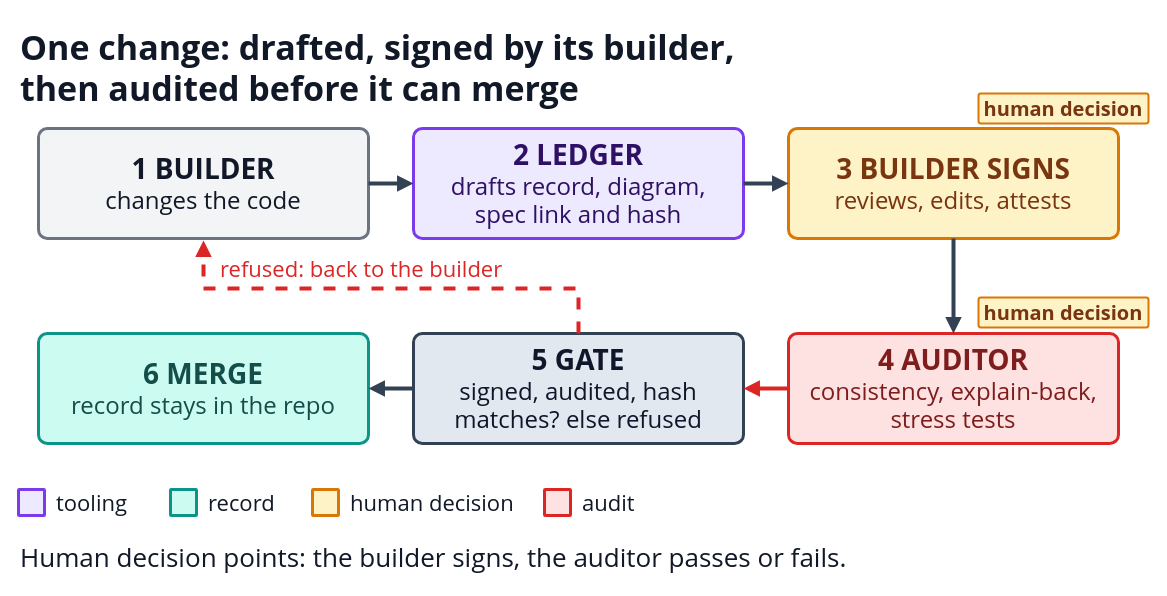
Before: diagrams/02-change-lifecycle.drawio in i-asimkhan/ledger-layer-pattern, a draw.io diagram. Source tidied: cells renumbered, new cells numbered last; positions are measured from the earlier drawing's top-left corner, leaving out a move shared by most shapes. Both pictures are drawn from the tidied source at 100%, with x=0, y=0 at pixel (18, 17).
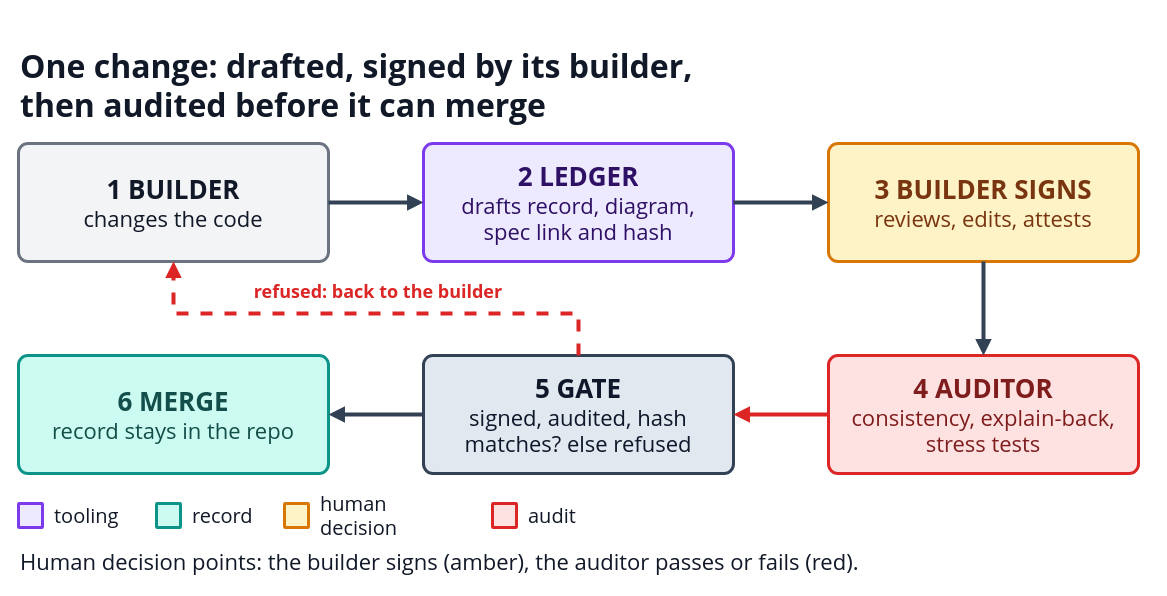
After the change.

What changed in the source:
```diff
@@
-    <mxCell id="2" value="One change: drafted, signed by its builder,&lt;br&gt;then audited before it can merge" style="text;html=1;strokeColor=none;fillColor=none;whiteSpace=wrap;verticalAlign=middle;align=left;fontSize=34;fontColor=#111827;fontFamily=Segoe UI;fontStyle=1;" parent="1" vertex="1">
-      <mxGeometry width="1120" height="100" as="geometry" />
+    <mxCell id="2" value="One change: drafted, signed by its builder,&lt;br&gt;then audited before it can merge" style="text;html=1;strokeColor=none;fillColor=none;whiteSpace=wrap;verticalAlign=middle;align=left;fontSize=32;fontColor=#111827;fontFamily=Segoe UI;fontStyle=1;" parent="1" vertex="1">
+      <mxGeometry y="26" width="1120" height="83" as="geometry" />
     </mxCell>
-    <mxCell id="3" value="&lt;span style=&quot;font-size:28px&quot;&gt;&lt;b&gt;1  BUILDER&lt;/b&gt;&lt;/span&gt;&lt;br&gt;&lt;span style=&quot;font-size:24px&quot;&gt;changes the code&lt;/span&gt;" style="rounded=1;arcSize=8;whiteSpace=wrap;html=1;fillColor=#F3F4F6;strokeColor=#6B7280;fontColor=#111827;strokeWidth=3;align=center;verticalAlign=middle;fontSize=24;fontFamily=Segoe UI;" parent="1" vertex="1">
-      <mxGeometry x="20" y="111" width="330" height="110" as="geometry" />
+    <mxCell id="3" value="&lt;span style=&quot;font-size:26px&quot;&gt;&lt;b&gt;1  BUILDER&lt;/b&gt;&lt;/span&gt;&lt;br&gt;&lt;span style=&quot;font-size:22px&quot;&gt;changes the code&lt;/span&gt;" style="rounded=1;arcSize=8;whiteSpace=wrap;html=1;fillColor=#F3F4F6;strokeColor=#6B7280;fontColor=#111827;strokeWidth=3;align=center;verticalAlign=middle;fontSize=22;fontFamily=Segoe UI;spacing=14;" parent="1" vertex="1">
+      <mxGeometry y="126" width="310" height="118" as="geometry" />
     </mxCell>
-    <mxCell id="4" value="&lt;span style=&quot;font-size:28px&quot;&gt;&lt;b&gt;2  LEDGER&lt;/b&gt;&lt;/span&gt;&lt;br&gt;&lt;span style=&quot;font-size:24px&quot;&gt;drafts record, diagram,&lt;/span&gt;&lt;br&gt;&lt;span style=&quot;font-size:24px&quot;&gt;spec link and hash&lt;/span&gt;" style="rounded=1;arcSize=8;whiteSpace=wrap;html=1;fillColor=#EDE9FE;strokeColor=#7C3AED;fontColor=#2E1065;strokeWidth=3;align=center;verticalAlign=middle;fontSize=24;fontFamily=Segoe UI;" parent="1" vertex="1">
-      <mxGeometry x="395" y="111" width="330" height="110" as="geometry" />
+    <mxCell id="4" value="&lt;span style=&quot;font-size:26px&quot;&gt;&lt;b&gt;2  LEDGER&lt;/b&gt;&lt;/span&gt;&lt;br&gt;&lt;span style=&quot;font-size:22px&quot;&gt;drafts record, diagram,&lt;/span&gt;&lt;br&gt;&lt;span style=&quot;font-size:22px&quot;&gt;spec link and hash&lt;/span&gt;" style="rounded=1;arcSize=8;whiteSpace=wrap;html=1;fillColor=#EDE9FE;strokeColor=#7C3AED;fontColor=#2E1065;strokeWidth=3;align=center;verticalAlign=middle;fontSize=22;fontFamily=Segoe UI;spacing=14;" parent="1" vertex="1">
+      <mxGeometry x="405" y="126" width="310" height="118" as="geometry" />
     </mxCell>
-    <mxCell id="5" value="&lt;span style=&quot;font-size:28px&quot;&gt;&lt;b&gt;3  BUILDER SIGNS&lt;/b&gt;&lt;/span&gt;&lt;br&gt;&lt;span style=&quot;font-size:24px&quot;&gt;reviews, edits, attests&lt;/span&gt;" style="rounded=1;arcSize=8;whiteSpace=wrap;html=1;fillColor=#FEF3C7;strokeColor=#D97706;fontColor=#78350F;strokeWidth=3;align=center;verticalAlign=middle;fontSize=24;fontFamily=Segoe UI;" parent="1" vertex="1">
-      <mxGeometry x="770" y="111" width="330" height="110" as="geometry" />
+    <mxCell id="5" value="&lt;span style=&quot;font-size:26px&quot;&gt;&lt;b&gt;3  BUILDER SIGNS&lt;/b&gt;&lt;/span&gt;&lt;br&gt;&lt;span style=&quot;font-size:22px&quot;&gt;reviews, edits, attests&lt;/span&gt;" style="rounded=1;arcSize=8;whiteSpace=wrap;html=1;fillColor=#FEF3C7;strokeColor=#D97706;fontColor=#78350F;strokeWidth=3;align=center;verticalAlign=middle;fontSize=22;fontFamily=Segoe UI;spacing=14;" parent="1" vertex="1">
+      <mxGeometry x="810" y="126" width="310" height="118" as="geometry" />
     </mxCell>
-    <mxCell id="6" value="&lt;span style=&quot;font-size:28px&quot;&gt;&lt;b&gt;4  AUDITOR&lt;/b&gt;&lt;/span&gt;&lt;br&gt;&lt;span style=&quot;font-size:24px&quot;&gt;consistency, explain-back,&lt;/span&gt;&lt;br&gt;&lt;span style=&quot;font-size:24px&quot;&gt;stress tests&lt;/span&gt;" style="rounded=1;arcSize=8;whiteSpace=wrap;html=1;fillColor=#FEE2E2;strokeColor=#DC2626;fontColor=#7F1D1D;strokeWidth=3;align=center;verticalAlign=middle;fontSize=24;fontFamily=Segoe UI;" parent="1" vertex="1">
-      <mxGeometry x="770" y="316" width="330" height="110" as="geometry" />
+    <mxCell id="6" value="&lt;span style=&quot;font-size:26px&quot;&gt;&lt;b&gt;4  AUDITOR&lt;/b&gt;&lt;/span&gt;&lt;br&gt;&lt;span style=&quot;font-size:22px&quot;&gt;consistency, explain-back,&lt;/span&gt;&lt;br&gt;&lt;span style=&quot;font-size:22px&quot;&gt;stress tests&lt;/span&gt;" style="rounded=1;arcSize=8;whiteSpace=wrap;html=1;fillColor=#FEE2E2;strokeColor=#DC2626;fontColor=#7F1D1D;strokeWidth=3;align=center;verticalAlign=middle;fontSize=22;fontFamily=Segoe UI;spacing=14;" parent="1" vertex="1">
+      <mxGeometry x="810" y="338" width="310" height="118" as="geometry" />
     </mxCell>
-    <mxCell id="7" value="&lt;span style=&quot;font-size:28px&quot;&gt;&lt;b&gt;5  GATE&lt;/b&gt;&lt;/span&gt;&lt;br&gt;&lt;span style=&quot;font-size:24px&quot;&gt;signed, audited, hash&lt;/span&gt;&lt;br&gt;&lt;span style=&quot;font-size:24px&quot;&gt;matches? else refused&lt;/span&gt;" style="rounded=1;arcSize=8;whiteSpace=wrap;html=1;fillColor=#E2E8F0;strokeColor=#334155;fontColor=#0F172A;strokeWidth=3;align=center;verticalAlign=middle;fontSize=24;fontFamily=Segoe UI;" parent="1" vertex="1">
-      <mxGeometry x="395" y="316" width="330" height="110" as="geometry" />
+    <mxCell id="7" value="&lt;span style=&quot;font-size:26px&quot;&gt;&lt;b&gt;5  GATE&lt;/b&gt;&lt;/span&gt;&lt;br&gt;&lt;span style=&quot;font-size:22px&quot;&gt;signed, audited, hash&lt;/span&gt;&lt;br&gt;&lt;span style=&quot;font-size:22px&quot;&gt;matches? else refused&lt;/span&gt;" style="rounded=1;arcSize=8;whiteSpace=wrap;html=1;fillColor=#E2E8F0;strokeColor=#334155;fontColor=#0F172A;strokeWidth=3;align=center;verticalAlign=middle;fontSize=22;fontFamily=Segoe UI;spacing=14;" parent="1" vertex="1">
+      <mxGeometry x="405" y="338" width="310" height="118" as="geometry" />
     </mxCell>
-    <mxCell id="8" value="&lt;span style=&quot;font-size:28px&quot;&gt;&lt;b&gt;6  MERGE&lt;/b&gt;&lt;/span&gt;&lt;br&gt;&lt;span style=&quot;font-size:24px&quot;&gt;record stays in the repo&lt;/span&gt;" style="rounded=1;arcSize=8;whiteSpace=wrap;html=1;fillColor=#CCFBF1;strokeColor=#0D9488;fontColor=#134E4A;strokeWidth=3;align=center;verticalAlign=middle;fontSize=24;fontFamily=Segoe UI;" parent="1" vertex="1">
-      <mxGeometry x="20" y="316" width="330" height="110" as="geometry" />
+    <mxCell id="8" value="&lt;span style=&quot;font-size:26px&quot;&gt;&lt;b&gt;6  MERGE&lt;/b&gt;&lt;/span&gt;&lt;br&gt;&lt;span style=&quot;font-size:22px&quot;&gt;record stays in the repo&lt;/span&gt;" style="rounded=1;arcSize=8;whiteSpace=wrap;html=1;fillColor=#CCFBF1;strokeColor=#0D9488;fontColor=#134E4A;strokeWidth=3;align=center;verticalAlign=middle;fontSize=22;fontFamily=Segoe UI;spacing=14;" parent="1" vertex="1">
+      <mxGeometry y="338" width="310" height="118" as="geometry" />
     </mxCell>
     <mxCell id="9" style="endArrow=block;endFill=1;html=1;rounded=0;strokeColor=#334155;strokeWidth=4;" parent="1" edge="1">
       <mxGeometry relative="1" as="geometry">
-        <mxPoint x="350" y="166" as="sourcePoint" />
-        <mxPoint x="395" y="166" as="targetPoint" />
+        <mxPoint x="310" y="185" as="sourcePoint" />
+        <mxPoint x="405" y="185" as="targetPoint" />
       </mxGeometry>
     </mxCell>
     <mxCell id="10" style="endArrow=block;endFill=1;html=1;rounded=0;strokeColor=#334155;strokeWidth=4;" parent="1" edge="1">
       <mxGeometry relative="1" as="geometry">
-        <mxPoint x="725" y="166" as="sourcePoint" />
-        <mxPoint x="770" y="166" as="targetPoint" />
+        <mxPoint x="715" y="185" as="sourcePoint" />
+        <mxPoint x="810" y="185" as="targetPoint" />
       </mxGeometry>
     </mxCell>
     <mxCell id="11" style="endArrow=block;endFill=1;html=1;rounded=0;strokeColor=#334155;strokeWidth=4;" parent="1" edge="1">
       <mxGeometry relative="1" as="geometry">
-        <mxPoint x="935" y="221" as="sourcePoint" />
-        <mxPoint x="935" y="316" as="targetPoint" />
+        <mxPoint x="965" y="244" as="sourcePoint" />
+        <mxPoint x="965" y="338" as="targetPoint" />
       </mxGeometry>
     </mxCell>
     <mxCell id="12" style="endArrow=block;endFill=1;html=1;rounded=0;strokeColor=#DC2626;strokeWidth=4;" parent="1" edge="1">
       <mxGeometry relative="1" as="geometry">
-        <mxPoint x="770" y="371" as="sourcePoint" />
-        <mxPoint x="725" y="371" as="targetPoint" />
+        <mxPoint x="810" y="397" as="sourcePoint" />
+        <mxPoint x="715" y="397" as="targetPoint" />
       </mxGeometry>
     </mxCell>
     <mxCell id="13" style="endArrow=block;endFill=1;html=1;rounded=0;strokeColor=#334155;strokeWidth=4;" parent="1" edge="1">
       <mxGeometry relative="1" as="geometry">
-        <mxPoint x="395" y="371" as="sourcePoint" />
-        <mxPoint x="350" y="371" as="targetPoint" />
+        <mxPoint x="405" y="397" as="sourcePoint" />
+        <mxPoint x="310" y="397" as="targetPoint" />
       </mxGeometry>
     </mxCell>
     <mxCell id="14" style="endArrow=block;endFill=1;html=1;rounded=0;strokeColor=#DC2626;strokeWidth=4;dashed=1;" parent="1" edge="1">
       <mxGeometry relative="1" as="geometry">
-        <mxPoint x="560" y="316" as="sourcePoint" />
-        <mxPoint x="185" y="223" as="targetPoint" />
+        <mxPoint x="560" y="338" as="sourcePoint" />
+        <mxPoint x="155" y="244" as="targetPoint" />
         <Array as="points">
-          <mxPoint x="560" y="271" />
-          <mxPoint x="185" y="271" />
+          <mxPoint x="560" y="296" />
+          <mxPoint x="155" y="296" />
         </Array>
       </mxGeometry>
     </mxCell>
-    <mxCell id="15" value="refused: back to the builder" style="text;html=1;strokeColor=none;fillColor=none;whiteSpace=wrap;verticalAlign=middle;align=left;fontSize=22;fontColor=#DC2626;fontFamily=Segoe UI;fontStyle=0;" parent="1" vertex="1">
-      <mxGeometry x="200" y="236" width="330" height="30" as="geometry" />
+    <mxCell id="15" value="refused: back to the builder" style="text;html=1;strokeColor=none;fillColor=none;whiteSpace=wrap;verticalAlign=middle;labelBackgroundColor=#FFFFFF;align=center;fontSize=18;fontColor=#DC2626;fontFamily=Segoe UI;fontStyle=1;" parent="1" vertex="1">
+      <mxGeometry x="223" y="261" width="274" height="26" as="geometry" />
     </mxCell>
-    <mxCell id="16" value="&lt;span style=&quot;font-size:20px&quot;&gt;&lt;b&gt;human decision&lt;/b&gt;&lt;/span&gt;" style="rounded=1;arcSize=8;whiteSpace=wrap;html=1;fillColor=#FEF3C7;strokeColor=#D97706;fontColor=#78350F;strokeWidth=2;align=center;verticalAlign=middle;fontSize=20;fontFamily=Segoe UI;" parent="1" vertex="1">
-      <mxGeometry x="960" y="76" width="170" height="30" as="geometry" />
+    <mxCell id="16" style="rounded=1;arcSize=3;whiteSpace=wrap;html=1;fillColor=#EDE9FE;strokeColor=#7C3AED;strokeWidth=3;" parent="1" vertex="1">
+      <mxGeometry y="486" width="24" height="24" as="geometry" />
     </mxCell>
-    <mxCell id="17" value="&lt;span style=&quot;font-size:20px&quot;&gt;&lt;b&gt;human decision&lt;/b&gt;&lt;/span&gt;" style="rounded=1;arcSize=8;whiteSpace=wrap;html=1;fillColor=#FEF3C7;strokeColor=#D97706;fontColor=#78350F;strokeWidth=2;align=center;verticalAlign=middle;fontSize=20;fontFamily=Segoe UI;" parent="1" vertex="1">
-      <mxGeometry x="960" y="280" width="170" height="30" as="geometry" />
+    <mxCell id="17" value="tooling" style="text;html=1;strokeColor=none;fillColor=none;whiteSpace=wrap;verticalAlign=middle;align=left;fontSize=20;fontColor=#111827;fontFamily=Segoe UI;fontStyle=0;" parent="1" vertex="1">
+      <mxGeometry x="34" y="482" width="80" height="32" as="geometry" />
     </mxCell>
-    <mxCell id="18" style="rounded=1;arcSize=3;whiteSpace=wrap;html=1;fillColor=#EDE9FE;strokeColor=#7C3AED;strokeWidth=3;" parent="1" vertex="1">
-      <mxGeometry y="472" width="26" height="26" as="geometry" />
+    <mxCell id="18" style="rounded=1;arcSize=3;whiteSpace=wrap;html=1;fillColor=#CCFBF1;strokeColor=#0D9488;strokeWidth=3;" parent="1" vertex="1">
+      <mxGeometry x="138" y="486" width="24" height="24" as="geometry" />
     </mxCell>
-    <mxCell id="19" value="tooling" style="text;html=1;strokeColor=none;fillColor=none;whiteSpace=wrap;verticalAlign=middle;align=left;fontSize=22;fontColor=#111827;fontFamily=Segoe UI;fontStyle=0;" parent="1" vertex="1">
-      <mxGeometry x="36" y="468" width="90" height="34" as="geometry" />
+    <mxCell id="19" value="record" style="text;html=1;strokeColor=none;fillColor=none;whiteSpace=wrap;verticalAlign=middle;align=left;fontSize=20;fontColor=#111827;fontFamily=Segoe UI;fontStyle=0;" parent="1" vertex="1">
+      <mxGeometry x="172" y="482" width="70" height="32" as="geometry" />
     </mxCell>
-    <mxCell id="20" style="rounded=1;arcSize=3;whiteSpace=wrap;html=1;fillColor=#CCFBF1;strokeColor=#0D9488;strokeWidth=3;" parent="1" vertex="1">
-      <mxGeometry x="152" y="472" width="26" height="26" as="geometry" />
+    <mxCell id="20" style="rounded=1;arcSize=3;whiteSpace=wrap;html=1;fillColor=#FEF3C7;strokeColor=#D97706;strokeWidth=3;" parent="1" vertex="1">
+      <mxGeometry x="266" y="486" width="24" height="24" as="geometry" />
     </mxCell>
-    <mxCell id="21" value="record" style="text;html=1;strokeColor=none;fillColor=none;whiteSpace=wrap;verticalAlign=middle;align=left;fontSize=22;fontColor=#111827;fontFamily=Segoe UI;fontStyle=0;" parent="1" vertex="1">
-      <mxGeometry x="188" y="468" width="80" height="34" as="geometry" />
+    <mxCell id="21" value="human decision" style="text;html=1;strokeColor=none;fillColor=none;whiteSpace=wrap;verticalAlign=middle;align=left;fontSize=20;fontColor=#111827;fontFamily=Segoe UI;fontStyle=0;" parent="1" vertex="1">
+      <mxGeometry x="300" y="482" width="150" height="32" as="geometry" />
     </mxCell>
-    <mxCell id="22" style="rounded=1;arcSize=3;whiteSpace=wrap;html=1;fillColor=#FEF3C7;strokeColor=#D97706;strokeWidth=3;" parent="1" vertex="1">
-      <mxGeometry x="294" y="472" width="26" height="26" as="geometry" />
+    <mxCell id="22" style="rounded=1;arcSize=3;whiteSpace=wrap;html=1;fillColor=#FEE2E2;strokeColor=#DC2626;strokeWidth=3;" parent="1" vertex="1">
+      <mxGeometry x="474" y="486" width="24" height="24" as="geometry" />
     </mxCell>
-    <mxCell id="23" value="human decision" style="text;html=1;strokeColor=none;fillColor=none;whiteSpace=wrap;verticalAlign=middle;align=left;fontSize=22;fontColor=#111827;fontFamily=Segoe UI;fontStyle=0;" parent="1" vertex="1">
-      <mxGeometry x="330" y="468" width="170" height="34" as="geometry" />
+    <mxCell id="23" value="audit" style="text;html=1;strokeColor=none;fillColor=none;whiteSpace=wrap;verticalAlign=middle;align=left;fontSize=20;fontColor=#111827;fontFamily=Segoe UI;fontStyle=0;" parent="1" vertex="1">
+      <mxGeometry x="508" y="482" width="60" height="32" as="geometry" />
     </mxCell>
-    <mxCell id="24" style="rounded=1;arcSize=3;whiteSpace=wrap;html=1;fillColor=#FEE2E2;strokeColor=#DC2626;strokeWidth=3;" parent="1" vertex="1">
-      <mxGeometry x="526" y="472" width="26" height="26" as="geometry" />
+    <mxCell id="24" value="Human decision points: the builder signs (amber), the auditor passes or fails (red)." style="text;html=1;strokeColor=none;fillColor=none;whiteSpace=wrap;verticalAlign=middle;align=left;fontSize=22;fontColor=#111827;fontFamily=Segoe UI;fontStyle=0;" parent="1" vertex="1">
+      <mxGeometry y="526" width="1120" height="36" as="geometry" />
     </mxCell>
-    <mxCell id="25" value="audit" style="text;html=1;strokeColor=none;fillColor=none;whiteSpace=wrap;verticalAlign=middle;align=left;fontSize=22;fontColor=#111827;fontFamily=Segoe UI;fontStyle=0;" parent="1" vertex="1">
-      <mxGeometry x="562" y="468" width="70" height="34" as="geometry" />
-    </mxCell>
-    <mxCell id="26" value="Human decision points: the builder signs, the auditor passes or fails." style="text;html=1;strokeColor=none;fillColor=none;whiteSpace=wrap;verticalAlign=middle;align=left;fontSize=26;fontColor=#111827;fontFamily=Segoe UI;fontStyle=0;" parent="1" vertex="1">
-      <mxGeometry y="518" width="1120" height="44" as="geometry" />
-    </mxCell>
```
